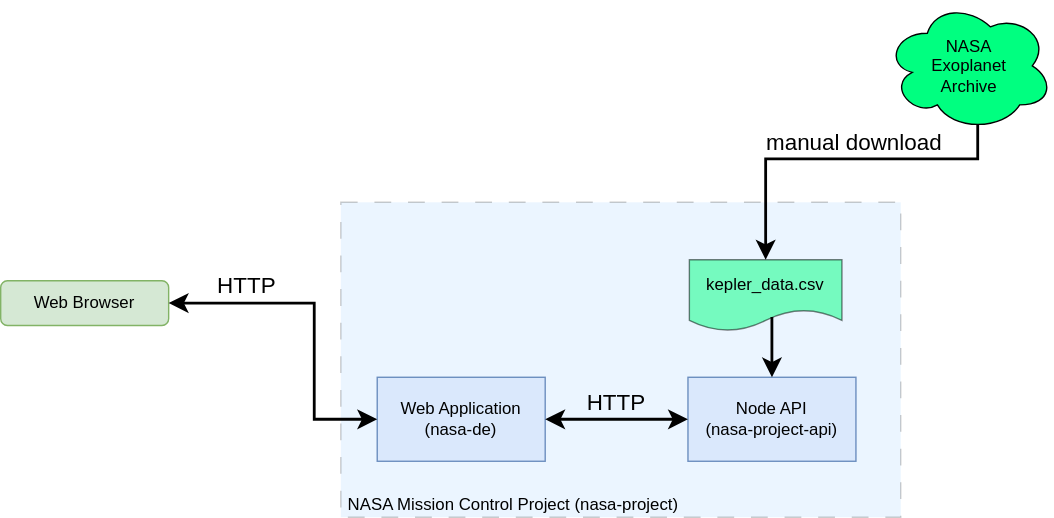
Before: docs/images/Project+Architectural+Diagram.drawio.svg, a diagram exported from draw.io (buzzcosm/ztm-course-projects-nodejs-nasa-project). Source tidied: cells renumbered, new cells last; positions are measured from the earlier drawing's top-left corner, leaving out a move shared by most shapes. Its diagram source:
```xml
<mxGraphModel>
  <root>
    <mxCell id="0" />
    <mxCell id="1" parent="0" />
    <mxCell id="2" value="&amp;nbsp;NASA Mission Control Project (nasa-project)" style="rounded=0;whiteSpace=wrap;html=1;dashed=1;dashPattern=12 12;verticalAlign=bottom;align=left;fillColor=#99CCFF;opacity=20;" parent="1" vertex="1">
      <mxGeometry x="243" y="144" width="400" height="225" as="geometry" />
    </mxCell>
    <mxCell id="3" value="Web Application&lt;br&gt;(nasa-de)" style="rounded=0;whiteSpace=wrap;html=1;fillColor=#dae8fc;strokeColor=#6c8ebf;" parent="1" vertex="1">
      <mxGeometry x="269" y="269" width="120" height="60" as="geometry" />
    </mxCell>
    <mxCell id="4" value="Node API&lt;br&gt;(nasa-project-api)" style="rounded=0;whiteSpace=wrap;html=1;fillColor=#dae8fc;strokeColor=#6c8ebf;" parent="1" vertex="1">
      <mxGeometry x="491" y="269" width="120" height="60" as="geometry" />
    </mxCell>
    <mxCell id="5" style="endArrow=classic;startArrow=classic;html=1;rounded=0;fontSize=12;startSize=8;endSize=8;curved=1;exitX=1;exitY=0.5;exitDx=0;exitDy=0;entryX=0;entryY=0.5;entryDx=0;entryDy=0;strokeWidth=2;" parent="1" edge="1" source="3" target="4">
      <mxGeometry relative="1" as="geometry" />
    </mxCell>
    <mxCell id="6" value="HTTP" style="text;html=1;align=center;verticalAlign=middle;whiteSpace=wrap;rounded=0;fontSize=16;" parent="1" vertex="1">
      <mxGeometry x="409.5" y="272" width="60" height="30" as="geometry" />
    </mxCell>
    <mxCell id="7" value="Web Browser" style="rounded=1;whiteSpace=wrap;html=1;fillColor=#d5e8d4;strokeColor=#82b366;" parent="1" vertex="1">
      <mxGeometry y="200" width="120" height="32" as="geometry" />
    </mxCell>
    <mxCell id="8" style="endArrow=classic;startArrow=classic;html=1;rounded=0;fontSize=12;startSize=8;endSize=8;exitX=1;exitY=0.5;exitDx=0;exitDy=0;entryX=0;entryY=0.5;entryDx=0;entryDy=0;edgeStyle=orthogonalEdgeStyle;strokeWidth=2;" parent="1" edge="1" source="7" target="3">
      <mxGeometry relative="1" as="geometry">
        <Array as="points">
          <mxPoint x="224" y="216" />
          <mxPoint x="224" y="299" />
        </Array>
      </mxGeometry>
    </mxCell>
    <mxCell id="9" value="HTTP" style="text;html=1;align=center;verticalAlign=middle;whiteSpace=wrap;rounded=0;fontSize=16;" parent="1" vertex="1">
      <mxGeometry x="146" y="188" width="60" height="30" as="geometry" />
    </mxCell>
    <mxCell id="10" value="kepler_data.csv" style="shape=document;whiteSpace=wrap;html=1;boundedLbl=1;fillColor=#00FF80;opacity=50;" parent="1" vertex="1">
      <mxGeometry x="492" y="185" width="109" height="51" as="geometry" />
    </mxCell>
    <mxCell id="11" value="NASA &lt;br&gt;Exoplanet&lt;br&gt;Archive" style="ellipse;shape=cloud;whiteSpace=wrap;html=1;fillColor=#00FF80;" parent="1" vertex="1">
      <mxGeometry x="632" width="120" height="93" as="geometry" />
    </mxCell>
    <mxCell id="12" style="endArrow=classic;html=1;rounded=0;fontSize=12;startSize=8;endSize=8;exitX=0.541;exitY=0.804;exitDx=0;exitDy=0;exitPerimeter=0;entryX=0.5;entryY=0;entryDx=0;entryDy=0;edgeStyle=orthogonalEdgeStyle;strokeWidth=2;" parent="1" edge="1" source="10" target="4">
      <mxGeometry relative="1" as="geometry" />
    </mxCell>
    <mxCell id="13" style="endArrow=classic;html=1;rounded=0;fontSize=12;startSize=8;endSize=8;exitX=0.55;exitY=0.95;exitDx=0;exitDy=0;exitPerimeter=0;entryX=0.5;entryY=0;entryDx=0;entryDy=0;edgeStyle=orthogonalEdgeStyle;strokeWidth=2;" parent="1" edge="1" source="11" target="10">
      <mxGeometry relative="1" as="geometry">
        <Array as="points">
          <mxPoint x="698" y="113" />
          <mxPoint x="547" y="113" />
        </Array>
      </mxGeometry>
    </mxCell>
    <mxCell id="14" value="manual download" style="text;html=1;align=center;verticalAlign=middle;whiteSpace=wrap;rounded=0;fontSize=16;" parent="1" vertex="1">
      <mxGeometry x="535" y="86" width="150" height="30" as="geometry" />
    </mxCell>
  </root>
</mxGraphModel>
```
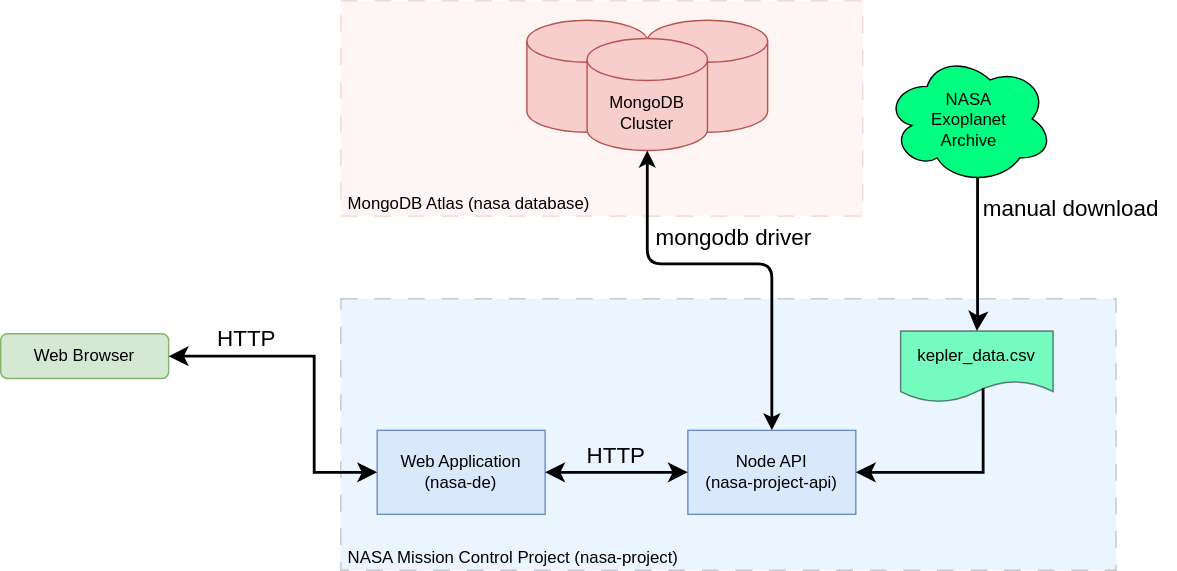
The same file after the commit.

Commit message:
Update architectual diagram with mongodb

The edit, as a diff of the source:
```diff
@@ -2,8 +2,11 @@
   <root>
     <mxCell id="0" />
     <mxCell id="1" parent="0" />
+    <mxCell id="15" value="&amp;nbsp;MongoDB Atlas (nasa database)" style="rounded=0;whiteSpace=wrap;html=1;dashed=1;dashPattern=12 12;verticalAlign=bottom;align=left;fillColor=#f8cecc;opacity=20;strokeColor=#b85450;" parent="1" vertex="1">
+      <mxGeometry x="243" y="-38" width="373" height="154" as="geometry" />
+    </mxCell>
     <mxCell id="2" value="&amp;nbsp;NASA Mission Control Project (nasa-project)" style="rounded=0;whiteSpace=wrap;html=1;dashed=1;dashPattern=12 12;verticalAlign=bottom;align=left;fillColor=#99CCFF;opacity=20;" parent="1" vertex="1">
-      <mxGeometry x="243" y="144" width="400" height="225" as="geometry" />
+      <mxGeometry x="243" y="175" width="554" height="194" as="geometry" />
     </mxCell>
     <mxCell id="3" value="Web Application&lt;br&gt;(nasa-de)" style="rounded=0;whiteSpace=wrap;html=1;fillColor=#dae8fc;strokeColor=#6c8ebf;" parent="1" vertex="1">
       <mxGeometry x="269" y="269" width="120" height="60" as="geometry" />
@@ -32,24 +35,50 @@
       <mxGeometry x="146" y="188" width="60" height="30" as="geometry" />
     </mxCell>
     <mxCell id="10" value="kepler_data.csv" style="shape=document;whiteSpace=wrap;html=1;boundedLbl=1;fillColor=#00FF80;opacity=50;" parent="1" vertex="1">
-      <mxGeometry x="492" y="185" width="109" height="51" as="geometry" />
+      <mxGeometry x="643" y="198" width="109" height="51" as="geometry" />
     </mxCell>
     <mxCell id="11" value="NASA &lt;br&gt;Exoplanet&lt;br&gt;Archive" style="ellipse;shape=cloud;whiteSpace=wrap;html=1;fillColor=#00FF80;" parent="1" vertex="1">
       <mxGeometry x="632" width="120" height="93" as="geometry" />
     </mxCell>
-    <mxCell id="12" style="endArrow=classic;html=1;rounded=0;fontSize=12;startSize=8;endSize=8;exitX=0.541;exitY=0.804;exitDx=0;exitDy=0;exitPerimeter=0;entryX=0.5;entryY=0;entryDx=0;entryDy=0;edgeStyle=orthogonalEdgeStyle;strokeWidth=2;" parent="1" edge="1" source="10" target="4">
-      <mxGeometry relative="1" as="geometry" />
+    <mxCell id="12" style="endArrow=classic;html=1;rounded=0;fontSize=12;startSize=8;endSize=8;exitX=0.541;exitY=0.804;exitDx=0;exitDy=0;exitPerimeter=0;entryX=1;entryY=0.5;entryDx=0;entryDy=0;edgeStyle=orthogonalEdgeStyle;strokeWidth=2;" parent="1" edge="1" source="10" target="4">
+      <mxGeometry relative="1" as="geometry">
+        <Array as="points">
+          <mxPoint x="702" y="299" />
+        </Array>
+      </mxGeometry>
     </mxCell>
     <mxCell id="13" style="endArrow=classic;html=1;rounded=0;fontSize=12;startSize=8;endSize=8;exitX=0.55;exitY=0.95;exitDx=0;exitDy=0;exitPerimeter=0;entryX=0.5;entryY=0;entryDx=0;entryDy=0;edgeStyle=orthogonalEdgeStyle;strokeWidth=2;" parent="1" edge="1" source="11" target="10">
       <mxGeometry relative="1" as="geometry">
         <Array as="points">
-          <mxPoint x="698" y="113" />
-          <mxPoint x="547" y="113" />
+          <mxPoint x="698" y="191" />
         </Array>
       </mxGeometry>
     </mxCell>
     <mxCell id="14" value="manual download" style="text;html=1;align=center;verticalAlign=middle;whiteSpace=wrap;rounded=0;fontSize=16;" parent="1" vertex="1">
-      <mxGeometry x="535" y="86" width="150" height="30" as="geometry" />
+      <mxGeometry x="690" y="95" width="150" height="30" as="geometry" />
     </mxCell>
+    <mxCell id="16" style="group;" parent="1" vertex="1">
+      <mxGeometry x="376" y="-24" width="172" height="93" as="geometry" />
+    </mxCell>
+    <mxCell id="17" style="shape=cylinder3;whiteSpace=wrap;html=1;boundedLbl=1;backgroundOutline=1;size=15;fillColor=#f8cecc;strokeColor=#b85450;" parent="16" vertex="1">
+      <mxGeometry width="86" height="80" as="geometry" />
+    </mxCell>
+    <mxCell id="18" style="shape=cylinder3;whiteSpace=wrap;html=1;boundedLbl=1;backgroundOutline=1;size=15;fillColor=#f8cecc;strokeColor=#b85450;" parent="16" vertex="1">
+      <mxGeometry x="86" width="86" height="80" as="geometry" />
+    </mxCell>
+    <mxCell id="19" value="MongoDB&lt;br style=&quot;border-color: var(--border-color);&quot;&gt;Cluster" style="shape=cylinder3;whiteSpace=wrap;html=1;boundedLbl=1;backgroundOutline=1;size=15;fillColor=#f8cecc;strokeColor=#b85450;" parent="16" vertex="1">
+      <mxGeometry x="43" y="13" width="86" height="80" as="geometry" />
+    </mxCell>
+    <mxCell id="20" style="edgeStyle=orthogonalEdgeStyle;html=1;entryX=0.5;entryY=0;entryDx=0;entryDy=0;strokeWidth=2;startArrow=classic;startFill=1;" parent="1" edge="1" source="19" target="4">
+      <mxGeometry relative="1" as="geometry">
+        <Array as="points">
+          <mxPoint x="462" y="150" />
+          <mxPoint x="551" y="150" />
+        </Array>
+      </mxGeometry>
+    </mxCell>
+    <mxCell id="21" value="mongodb driver" style="text;html=1;align=center;verticalAlign=middle;whiteSpace=wrap;rounded=0;fontSize=16;" parent="1" vertex="1">
+      <mxGeometry x="449" y="116" width="150" height="30" as="geometry" />
+    </mxCell>
   </root>
 </mxGraphModel>
```
